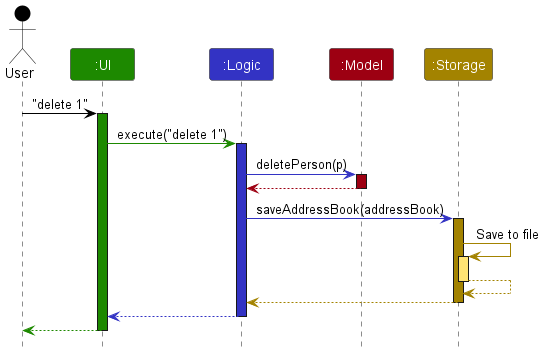
This is docs/images/ArchitectureSequenceDiagram.png from nus-cs2103-AY2324S2/tp, a PlantUML export, as it was before one commit.
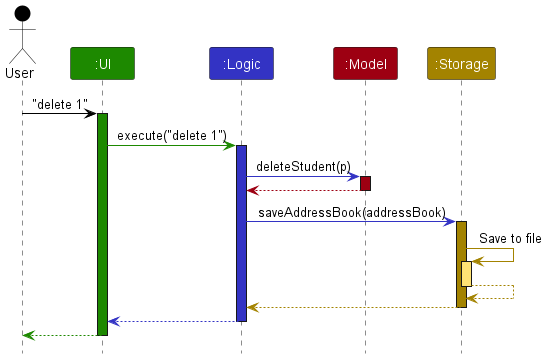
After the commit.

The edit, as a diff of the source:
```diff
@@ -14,7 +14,7 @@
 ui -[UI_COLOR]> logic : execute("delete 1")
 activate logic LOGIC_COLOR
 
-logic -[LOGIC_COLOR]> model : deletePerson(p)
+logic -[LOGIC_COLOR]> model : deleteStudent(p)
 activate model MODEL_COLOR
 
 model -[MODEL_COLOR]-> logic
```
